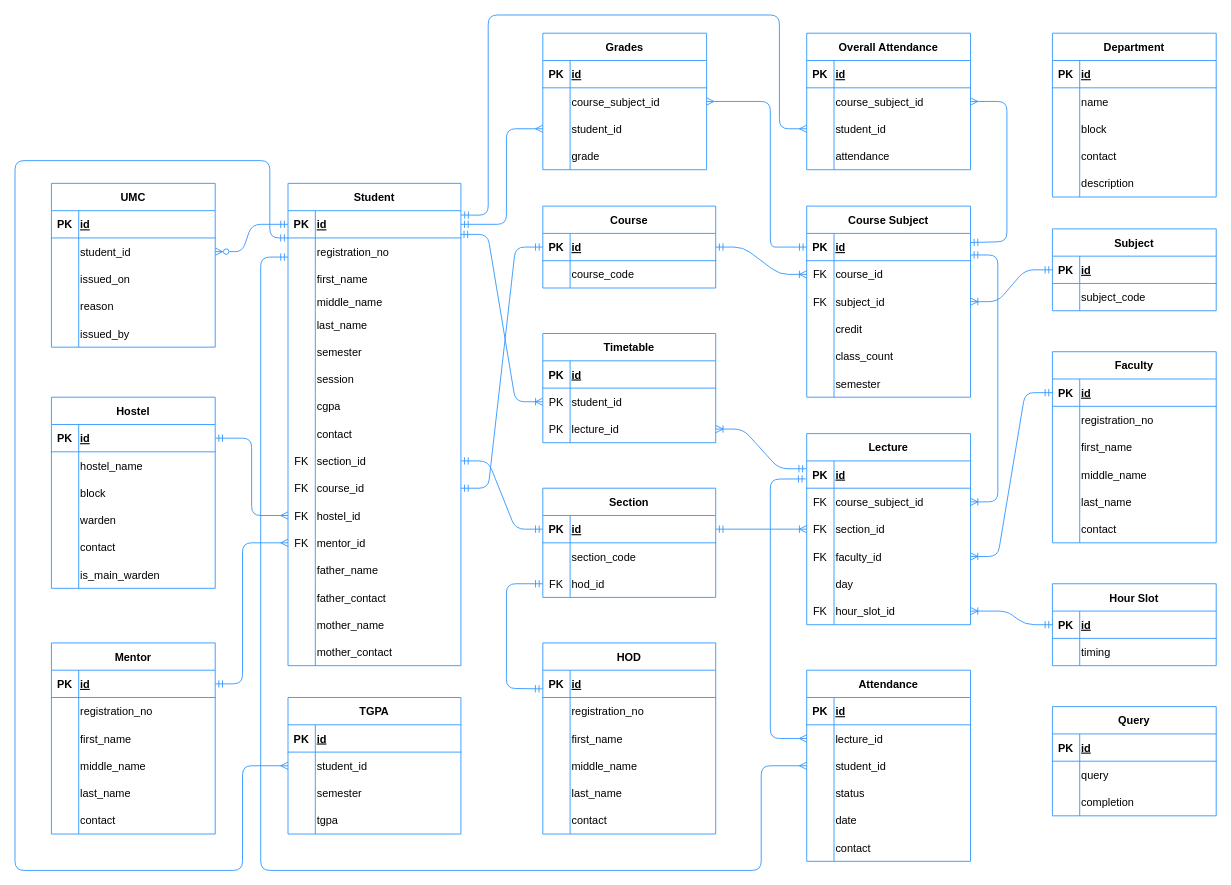
suyash-purwar/ayra keeps this draw.io diagram as whiteboard/database-design.drawio. Above is the earlier version. Source tidied: cells renumbered, new cells numbered last; positions are measured from the earlier drawing's top-left corner, leaving out a move shared by most shapes. Both pictures are drawn from the tidied source at 91%, with x=0, y=0 at pixel (15, 15).
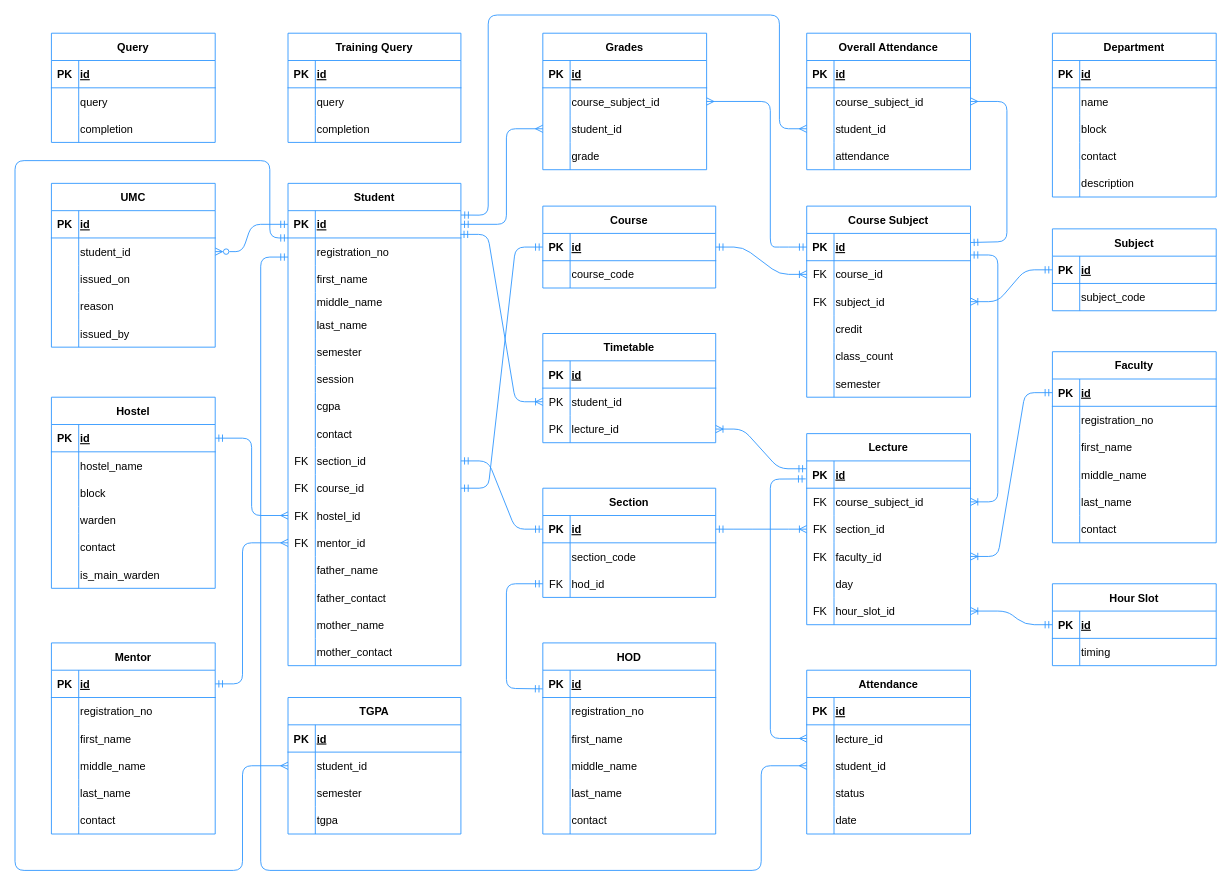
Above is the later version.

Change to the diagram source:
```diff
@@
     <mxCell id="257" value="Query" style="shape=table;startSize=30;childLayout=tableLayout;rowLines=0;fontStyle=1;align=center;strokeColor=#3399FF;strokeWidth=1;fontSize=12;spacingTop=0;spacingLeft=0;" parent="1" vertex="1">
-      <mxGeometry x="1140" y="760" width="180" height="120" as="geometry" />
+      <mxGeometry x="40" y="20" width="180" height="120" as="geometry" />
     </mxCell>
@@
     <mxCell id="267" value="Attendance" style="shape=table;startSize=30;childLayout=tableLayout;rowLines=0;fontStyle=1;align=center;strokeColor=#3399FF;strokeWidth=1;fontSize=12;spacingTop=0;spacingLeft=0;" parent="1" vertex="1">
-      <mxGeometry x="870" y="720" width="180" height="210" as="geometry" />
+      <mxGeometry x="870" y="720" width="180" height="180" as="geometry" />
     </mxCell>
@@
-    <mxCell id="284" style="shape=tableRow;horizontal=0;startSize=0;swimlaneHead=0;swimlaneBody=0;fillColor=none;top=0;left=0;right=0;bottom=0;strokeColor=#3399FF;strokeWidth=1;fontSize=12;spacingTop=0;spacingLeft=0;" parent="267" vertex="1">
-      <mxGeometry y="180" width="180" height="30" as="geometry" />
-    </mxCell>
-    <mxCell id="285" style="shape=partialRectangle;fillColor=none;top=0;left=0;bottom=0;right=0;overflow=hidden;strokeColor=#3399FF;strokeWidth=1;fontSize=12;spacingTop=0;spacingLeft=0;" parent="284" vertex="1">
-      <mxGeometry width="30" height="30" as="geometry" />
-    </mxCell>
-    <mxCell id="286" value="contact" style="shape=partialRectangle;fillColor=none;top=0;left=0;bottom=0;right=0;align=left;spacingLeft=0;overflow=hidden;strokeColor=#3399FF;strokeWidth=1;fontSize=12;spacingTop=0;" parent="284" vertex="1">
-      <mxGeometry x="30" width="150" height="30" as="geometry" />
-    </mxCell>
@@
+    <mxCell id="336" value="Training Query" style="shape=table;startSize=30;childLayout=tableLayout;rowLines=0;fontStyle=1;align=center;strokeColor=#3399FF;strokeWidth=1;fontSize=12;spacingTop=0;spacingLeft=0;" parent="1" vertex="1">
+      <mxGeometry x="300" y="20" width="190" height="120" as="geometry" />
+    </mxCell>
+    <mxCell id="337" style="shape=tableRow;horizontal=0;startSize=0;swimlaneHead=0;swimlaneBody=0;fillColor=none;top=0;left=0;right=0;bottom=1;strokeColor=#3399FF;strokeWidth=1;fontSize=12;spacingTop=0;spacingLeft=0;" parent="336" vertex="1">
+      <mxGeometry y="30" width="190" height="30" as="geometry" />
+    </mxCell>
+    <mxCell id="338" value="PK" style="shape=partialRectangle;fillColor=none;top=0;left=0;bottom=0;right=0;fontStyle=1;overflow=hidden;strokeColor=#3399FF;strokeWidth=1;fontSize=12;spacingTop=0;spacingLeft=0;" parent="337" vertex="1">
+      <mxGeometry width="30" height="30" as="geometry" />
+    </mxCell>
+    <mxCell id="339" value="id" style="shape=partialRectangle;fillColor=none;top=0;left=0;bottom=0;right=0;align=left;spacingLeft=0;fontStyle=5;overflow=hidden;strokeColor=#3399FF;strokeWidth=1;fontSize=12;spacingTop=0;" parent="337" vertex="1">
+      <mxGeometry x="30" width="160" height="30" as="geometry" />
+    </mxCell>
+    <mxCell id="340" style="shape=tableRow;horizontal=0;startSize=0;swimlaneHead=0;swimlaneBody=0;fillColor=none;top=0;left=0;right=0;bottom=0;strokeColor=#3399FF;strokeWidth=1;fontSize=12;spacingTop=0;spacingLeft=0;" parent="336" vertex="1">
+      <mxGeometry y="60" width="190" height="30" as="geometry" />
+    </mxCell>
+    <mxCell id="341" style="shape=partialRectangle;fillColor=none;top=0;left=0;bottom=0;right=0;overflow=hidden;strokeColor=#3399FF;strokeWidth=1;fontSize=12;spacingTop=0;spacingLeft=0;" parent="340" vertex="1">
+      <mxGeometry width="30" height="30" as="geometry" />
+    </mxCell>
+    <mxCell id="342" value="query" style="shape=partialRectangle;fillColor=none;top=0;left=0;bottom=0;right=0;align=left;spacingLeft=0;overflow=hidden;strokeColor=#3399FF;strokeWidth=1;fontSize=12;spacingTop=0;" parent="340" vertex="1">
+      <mxGeometry x="30" width="160" height="30" as="geometry" />
+    </mxCell>
+    <mxCell id="343" style="shape=tableRow;horizontal=0;startSize=0;swimlaneHead=0;swimlaneBody=0;fillColor=none;top=0;left=0;right=0;bottom=0;strokeColor=#3399FF;strokeWidth=1;fontSize=12;spacingTop=0;spacingLeft=0;" parent="336" vertex="1">
+      <mxGeometry y="90" width="190" height="30" as="geometry" />
+    </mxCell>
+    <mxCell id="344" style="shape=partialRectangle;fillColor=none;top=0;left=0;bottom=0;right=0;overflow=hidden;strokeColor=#3399FF;strokeWidth=1;fontSize=12;spacingTop=0;spacingLeft=0;" parent="343" vertex="1">
+      <mxGeometry width="30" height="30" as="geometry" />
+    </mxCell>
+    <mxCell id="345" value="completion" style="shape=partialRectangle;fillColor=none;top=0;left=0;bottom=0;right=0;align=left;spacingLeft=0;overflow=hidden;strokeColor=#3399FF;strokeWidth=1;fontSize=12;spacingTop=0;" parent="343" vertex="1">
+      <mxGeometry x="30" width="160" height="30" as="geometry" />
+    </mxCell>
```
